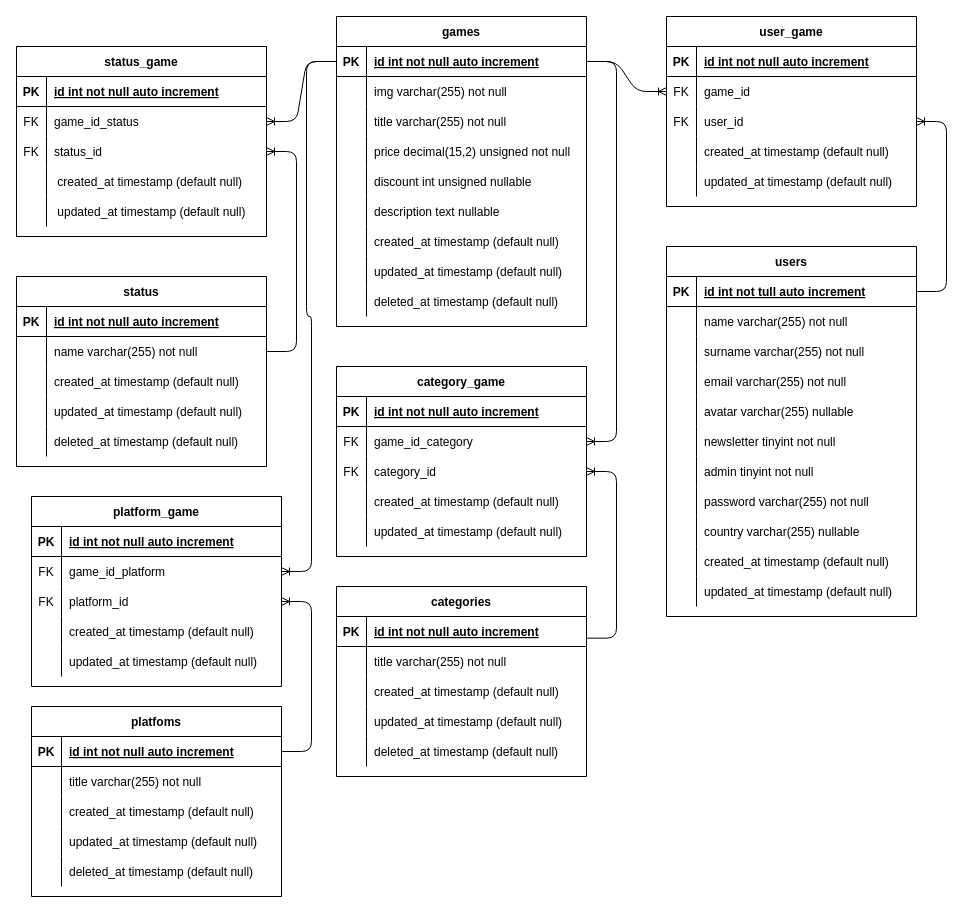
Above: src/database/diagrams/DER.drawio in matiasncocco/grupo_6_GameCentral (draw.io), before the change. Source tidied: cells renumbered, new cells numbered last; positions are measured from the earlier drawing's top-left corner, leaving out a move shared by most shapes. Both pictures are drawn from the tidied source at 100%, with x=0, y=0 at pixel (16, 16).
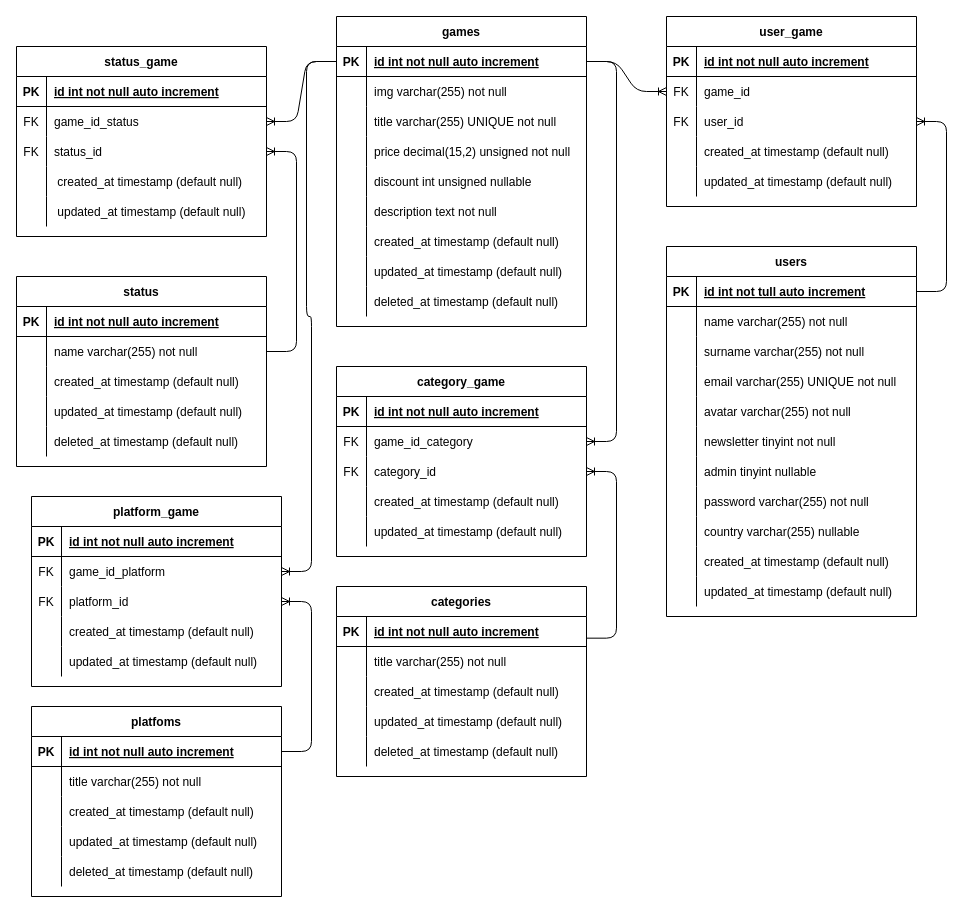
Above is the later version.

Commit message (it also covers changes not shown here):
updated db/scripts & db/diagrams files

The change refers to these unchanged cells:
```xml
<mxCell id="28" style="shape=partialRectangle;fillColor=none;top=0;left=0;right=0;bottom=0;" parent="18" vertex="1">
  <mxGeometry y="120" width="250" height="30" as="geometry" />
</mxCell>
<mxCell id="31" style="shape=partialRectangle;fillColor=none;top=0;left=0;right=0;bottom=0;" parent="18" vertex="1">
  <mxGeometry y="150" width="250" height="30" as="geometry" />
</mxCell>
<mxCell id="37" style="shape=partialRectangle;fillColor=none;top=0;left=0;right=0;bottom=0;" parent="18" vertex="1">
  <mxGeometry y="210" width="250" height="30" as="geometry" />
</mxCell>
<mxCell id="59" style="shape=partialRectangle;fillColor=none;top=0;left=0;right=0;bottom=0;" parent="52" vertex="1">
  <mxGeometry y="90" width="250" height="30" as="geometry" />
</mxCell>
<mxCell id="68" style="shape=partialRectangle;fillColor=none;top=0;left=0;right=0;bottom=0;" parent="52" vertex="1">
  <mxGeometry y="180" width="250" height="30" as="geometry" />
</mxCell>
```

What changed in the source:
```diff
@@
-    <mxCell id="30" value="email varchar(255) not null" style="shape=partialRectangle;overflow=hidden;fillColor=none;top=0;left=0;bottom=0;right=0;align=left;spacingLeft=6;" parent="28" vertex="1">
+    <mxCell id="30" value="email varchar(255) UNIQUE not null" style="shape=partialRectangle;overflow=hidden;fillColor=none;top=0;left=0;bottom=0;right=0;align=left;spacingLeft=6;" parent="28" vertex="1">
       <mxGeometry x="30" width="220" height="30" as="geometry" />
     </mxCell>
@@
-    <mxCell id="33" value="avatar varchar(255) nullable" style="shape=partialRectangle;overflow=hidden;fillColor=none;top=0;left=0;bottom=0;right=0;align=left;spacingLeft=6;" parent="31" vertex="1">
+    <mxCell id="33" value="avatar varchar(255) not null" style="shape=partialRectangle;overflow=hidden;fillColor=none;top=0;left=0;bottom=0;right=0;align=left;spacingLeft=6;" parent="31" vertex="1">
       <mxGeometry x="30" width="220" height="30" as="geometry" />
     </mxCell>
@@
-    <mxCell id="39" value="admin tinyint not null" style="shape=partialRectangle;overflow=hidden;fillColor=none;top=0;left=0;bottom=0;right=0;align=left;spacingLeft=6;" parent="37" vertex="1">
+    <mxCell id="39" value="admin tinyint nullable" style="shape=partialRectangle;overflow=hidden;fillColor=none;top=0;left=0;bottom=0;right=0;align=left;spacingLeft=6;" parent="37" vertex="1">
       <mxGeometry x="30" width="220" height="30" as="geometry" />
     </mxCell>
@@
-    <mxCell id="61" value="title varchar(255) not null" style="shape=partialRectangle;overflow=hidden;fillColor=none;top=0;left=0;bottom=0;right=0;align=left;spacingLeft=6;" parent="59" vertex="1">
+    <mxCell id="61" value="title varchar(255) UNIQUE not null" style="shape=partialRectangle;overflow=hidden;fillColor=none;top=0;left=0;bottom=0;right=0;align=left;spacingLeft=6;" parent="59" vertex="1">
       <mxGeometry x="30" width="220" height="30" as="geometry" />
     </mxCell>
@@
-    <mxCell id="70" value="description text nullable" style="shape=partialRectangle;overflow=hidden;fillColor=none;top=0;left=0;bottom=0;right=0;align=left;spacingLeft=6;" parent="68" vertex="1">
+    <mxCell id="70" value="description text not null" style="shape=partialRectangle;overflow=hidden;fillColor=none;top=0;left=0;bottom=0;right=0;align=left;spacingLeft=6;" parent="68" vertex="1">
       <mxGeometry x="30" width="220" height="30" as="geometry" />
     </mxCell>
```
